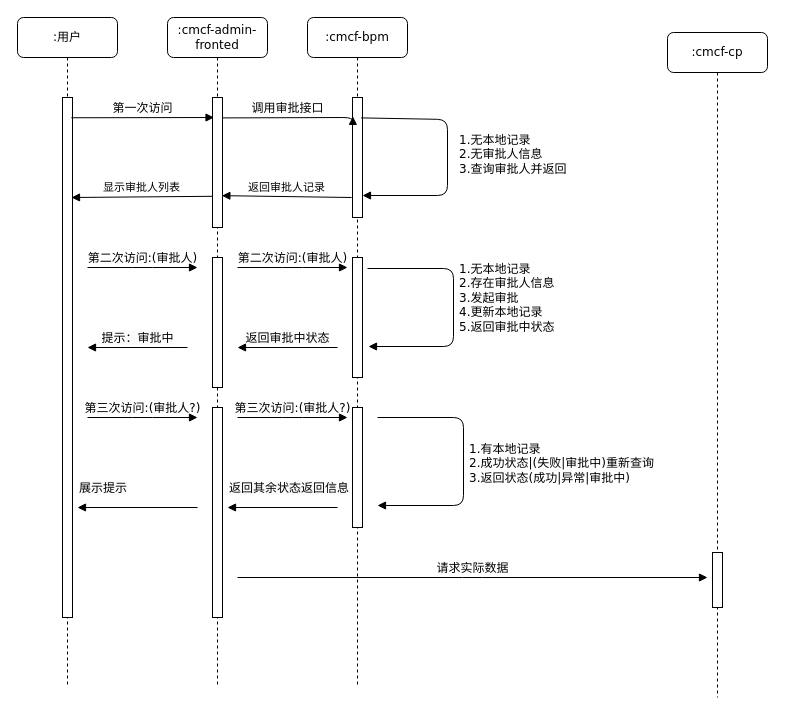
This is Untitled Diagram.drawio from king-Fong/draws, a draw.io file, before an edit. Source tidied: cells renumbered, new cells numbered last; positions are measured from the earlier drawing's top-left corner, leaving out a move shared by most shapes. Both pictures are drawn from the tidied source at 100%, with x=0, y=0 at pixel (17, 17).
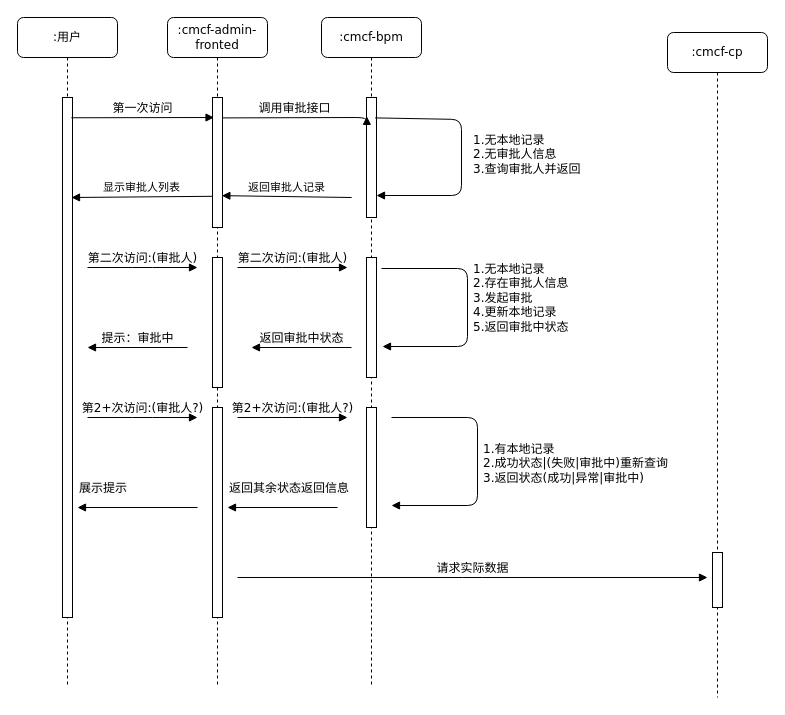
Above is the later version.

Unchanged cells that the change refers to:
```xml
<mxCell id="10" value=":cmcf-admin-fronted" style="shape=umlLifeline;perimeter=lifelinePerimeter;whiteSpace=wrap;html=1;rounded=1;shadow=0;comic=0;labelBackgroundColor=none;strokeWidth=1;fontFamily=Verdana;fontSize=12;align=center;" parent="1" vertex="1">
  <mxGeometry x="150" width="100" height="670" as="geometry" />
</mxCell>
```

Diff of the diagram source:
```diff
@@
     <mxCell id="2" value=":cmcf-bpm" style="shape=umlLifeline;perimeter=lifelinePerimeter;whiteSpace=wrap;html=1;rounded=1;shadow=0;comic=0;labelBackgroundColor=none;strokeWidth=1;fontFamily=Verdana;fontSize=12;align=center;" parent="1" vertex="1">
-      <mxGeometry x="290" width="100" height="670" as="geometry" />
+      <mxGeometry x="304" width="100" height="670" as="geometry" />
     </mxCell>
@@
-    <mxCell id="16" value="第三次访问:(审批人?)" style="html=1;verticalAlign=bottom;endArrow=block;labelBackgroundColor=none;fontFamily=Verdana;fontSize=12;edgeStyle=elbowEdgeStyle;elbow=vertical;" parent="10" edge="1">
+    <mxCell id="16" value="第2+次访问:(审批人?)" style="html=1;verticalAlign=bottom;endArrow=block;labelBackgroundColor=none;fontFamily=Verdana;fontSize=12;edgeStyle=elbowEdgeStyle;elbow=vertical;" parent="10" edge="1">
       <mxGeometry relative="1" as="geometry">
         <mxPoint x="70" y="400" as="sourcePoint" />
         <mxPoint x="180" y="400" as="targetPoint" />
       </mxGeometry>
     </mxCell>
@@
     <mxCell id="24" value="1.无本地记录&lt;div&gt;2.存在审批人信息&lt;/div&gt;&lt;div&gt;3.发起审批&lt;/div&gt;&lt;div&gt;4.更新本地记录&lt;/div&gt;&lt;div&gt;5.返回审批中状态&lt;/div&gt;" style="html=1;verticalAlign=bottom;endArrow=block;labelBackgroundColor=none;fontFamily=Verdana;fontSize=12;edgeStyle=elbowEdgeStyle;elbow=horizontal;exitX=0.859;exitY=0.17;exitDx=0;exitDy=0;exitPerimeter=0;align=left;" parent="1" edge="1">
       <mxGeometry x="0.24" y="4" relative="1" as="geometry">
-        <mxPoint x="350" y="251" as="sourcePoint" />
-        <mxPoint x="351" y="329" as="targetPoint" />
+        <mxPoint x="364" y="251" as="sourcePoint" />
+        <mxPoint x="365" y="329" as="targetPoint" />
         <Array as="points">
-          <mxPoint x="436" y="253" />
+          <mxPoint x="450" y="253" />
         </Array>
       </mxGeometry>
     </mxCell>
@@
-    <mxCell id="26" value="第三次访问:(审批人?)" style="html=1;verticalAlign=bottom;endArrow=block;labelBackgroundColor=none;fontFamily=Verdana;fontSize=12;edgeStyle=elbowEdgeStyle;elbow=vertical;" parent="1" edge="1">
+    <mxCell id="26" value="第2+次访问:(审批人?)" style="html=1;verticalAlign=bottom;endArrow=block;labelBackgroundColor=none;fontFamily=Verdana;fontSize=12;edgeStyle=elbowEdgeStyle;elbow=vertical;" parent="1" edge="1">
       <mxGeometry relative="1" as="geometry">
         <mxPoint x="70" y="400" as="sourcePoint" />
         <mxPoint x="180" y="400" as="targetPoint" />
       </mxGeometry>
     </mxCell>
     <mxCell id="27" value="1.有本地记录&lt;div&gt;2.成功状态|(&lt;span style=&quot;background-color: initial;&quot;&gt;失败|审批中&lt;/span&gt;&lt;span style=&quot;background-color: initial;&quot;&gt;)重新查询&lt;/span&gt;&lt;/div&gt;&lt;div&gt;3.返回状态(成功|异常|审批中)&lt;/div&gt;" style="html=1;verticalAlign=bottom;endArrow=block;labelBackgroundColor=none;fontFamily=Verdana;fontSize=12;edgeStyle=elbowEdgeStyle;elbow=horizontal;exitX=0.859;exitY=0.17;exitDx=0;exitDy=0;exitPerimeter=0;align=left;" parent="1" edge="1">
       <mxGeometry x="0.2" y="4" relative="1" as="geometry">
-        <mxPoint x="360" y="400" as="sourcePoint" />
-        <mxPoint x="360" y="488" as="targetPoint" />
+        <mxPoint x="374" y="400" as="sourcePoint" />
+        <mxPoint x="374" y="488" as="targetPoint" />
         <Array as="points">
-          <mxPoint x="446" y="402" />
+          <mxPoint x="460" y="402" />
         </Array>
       </mxGeometry>
     </mxCell>
```
